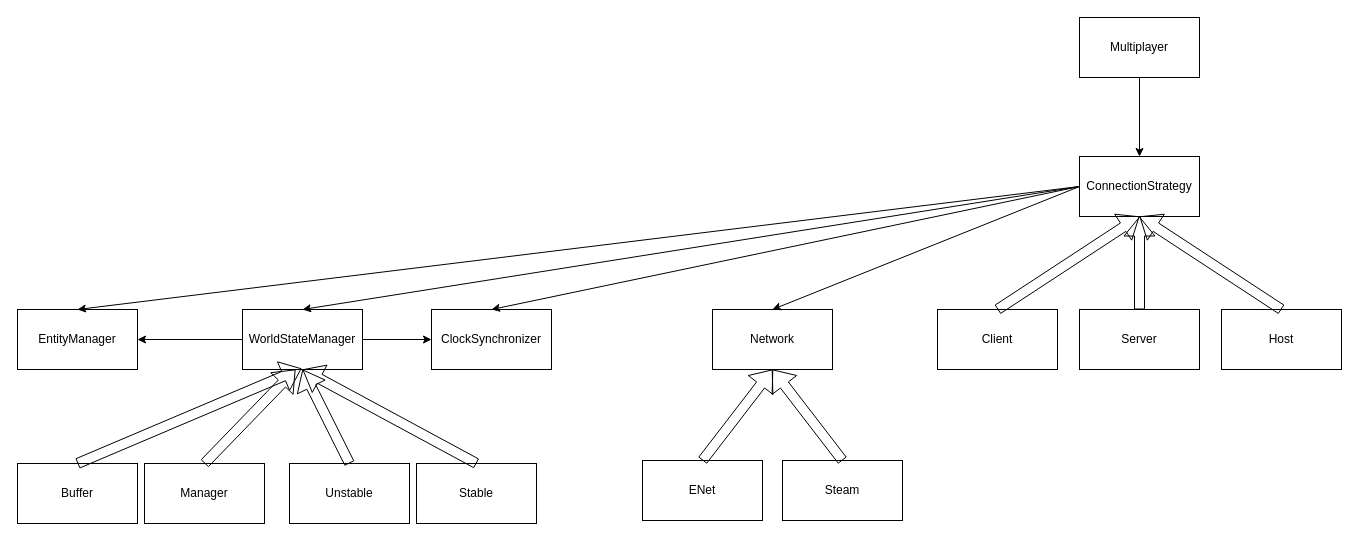
Above: resources/architecture/multiplayer.drawio in Zennyth/voxel_adventure (draw.io), before the change. Source tidied: cells renumbered, new cells numbered last; positions are measured from the earlier drawing's top-left corner, leaving out a move shared by most shapes. Both pictures are drawn from the tidied source at 100%, with x=0, y=0 at pixel (17, 17).
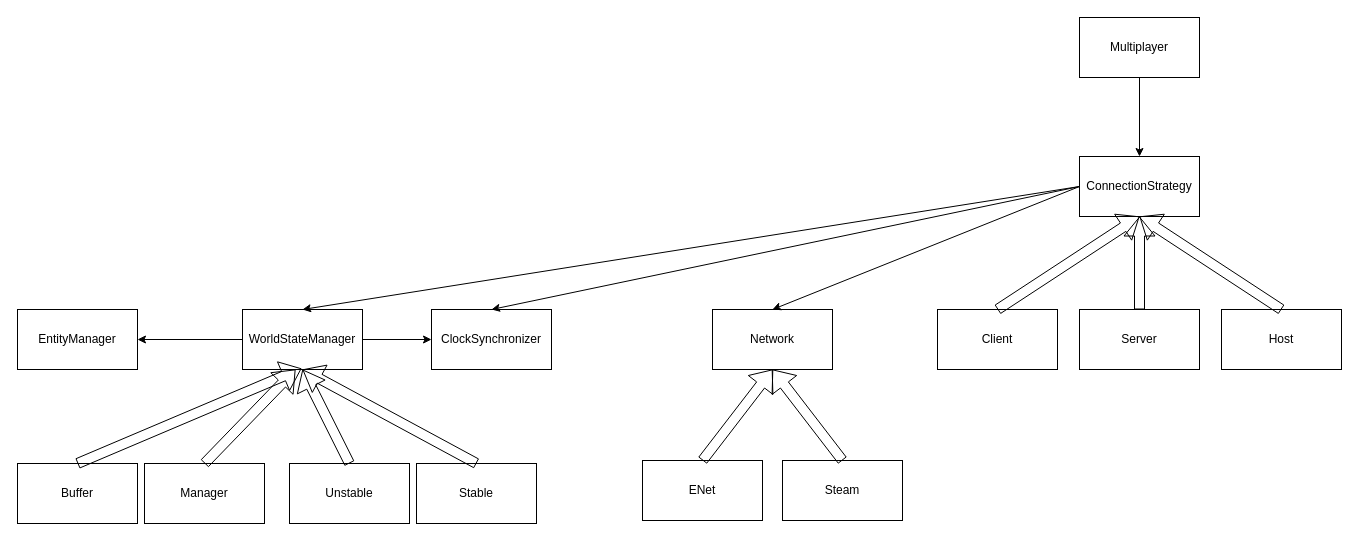
The same diagram, later.

The change refers to these unchanged cells:
```xml
<mxCell id="8" value="ConnectionStrategy" style="rounded=0;whiteSpace=wrap;html=1;" parent="1" vertex="1">
  <mxGeometry x="1062" y="139" width="120" height="60" as="geometry" />
</mxCell>
<mxCell id="22" value="EntityManager" style="rounded=0;whiteSpace=wrap;html=1;" parent="1" vertex="1">
  <mxGeometry y="292" width="120" height="60" as="geometry" />
</mxCell>
```

What changed in the source:
```diff
@@
-    <mxCell id="23" style="endArrow=classic;html=1;rounded=0;exitX=0;exitY=0.5;exitDx=0;exitDy=0;entryX=0.5;entryY=0;entryDx=0;entryDy=0;" parent="1" edge="1" source="8" target="22">
-      <mxGeometry relative="1" as="geometry" />
-    </mxCell>
```
